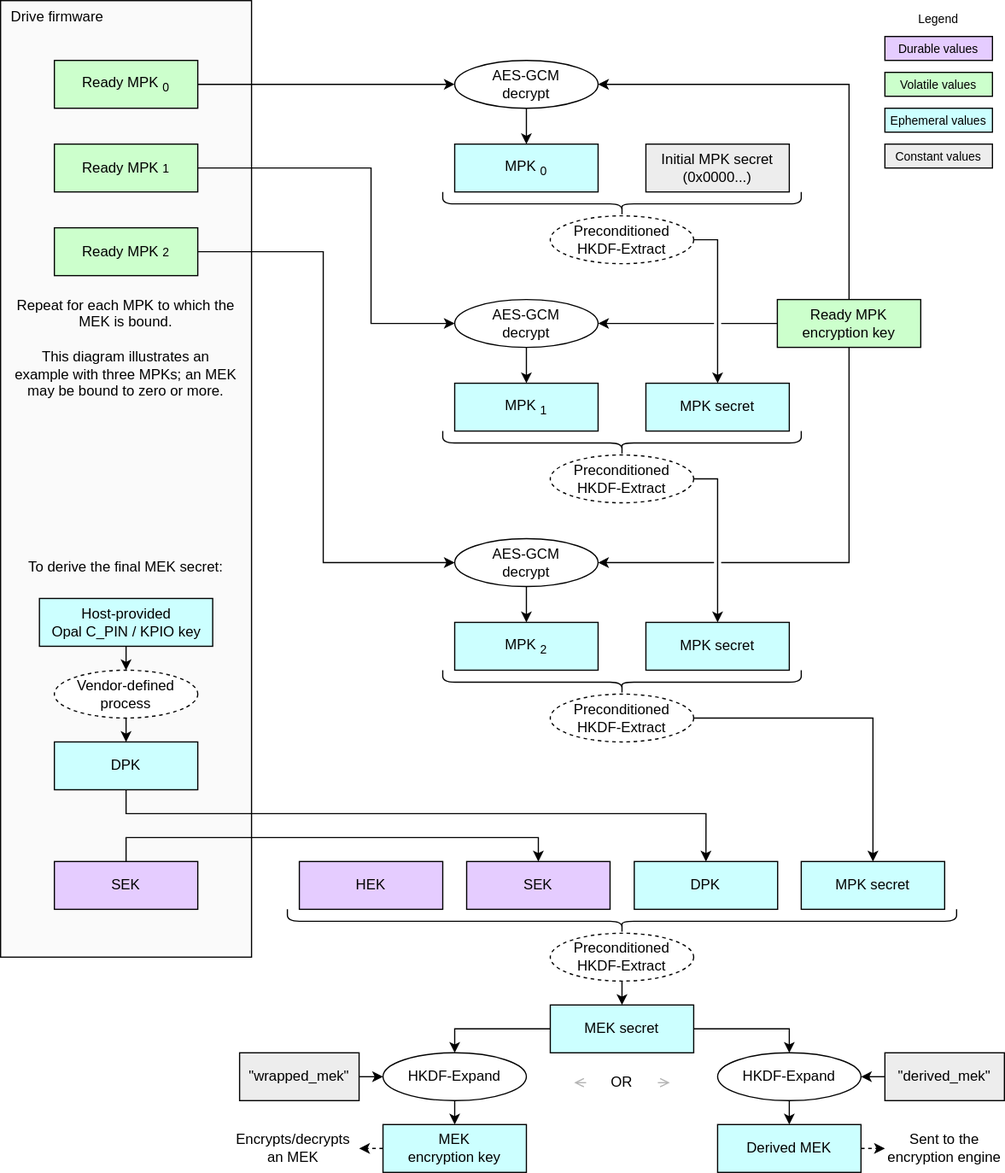
This is doc/ocp_lock/diagrams/mek_secret_derivation.drawio.svg from chipsalliance/Caliptra, a draw.io export, as it was before one commit. Source tidied: cells renumbered, new cells last; positions are measured from the earlier drawing's top-left corner, leaving out a move shared by most shapes.
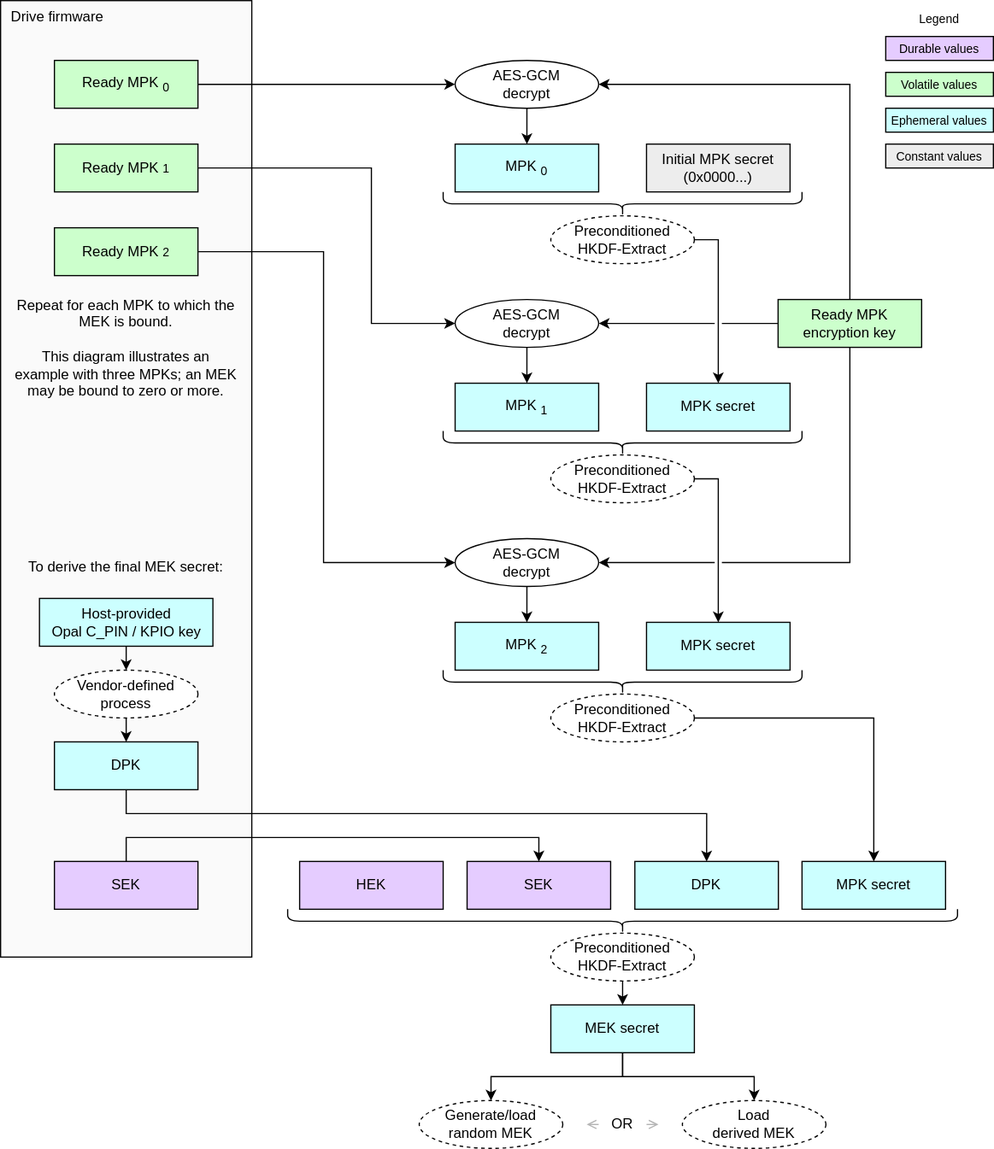
The same file after the commit.

The edit, as a diff of the source:
```diff
@@ -134,48 +134,24 @@
     <mxCell id="39" value="&lt;div&gt;&lt;span style=&quot;background-color: transparent;&quot;&gt;To derive the final MEK secret:&lt;/span&gt;&lt;/div&gt;" style="text;strokeColor=none;align=center;fillColor=none;html=1;verticalAlign=top;whiteSpace=wrap;rounded=0;" parent="1" vertex="1">
       <mxGeometry x="20" y="460" width="170" height="40" as="geometry" />
     </mxCell>
-    <mxCell id="40" value="HKDF-Expand" style="ellipse;whiteSpace=wrap;html=1;fillColor=#FFFFFF;" parent="1" vertex="1">
-      <mxGeometry x="600" y="880" width="120" height="40" as="geometry" />
+    <mxCell id="40" value="Load&lt;div&gt;derived MEK&lt;/div&gt;" style="ellipse;whiteSpace=wrap;html=1;fillColor=#FFFFFF;dashed=1;" parent="1" vertex="1">
+      <mxGeometry x="570" y="920" width="120" height="40" as="geometry" />
     </mxCell>
-    <mxCell id="41" style="edgeStyle=none;html=1;exitX=0.5;exitY=1;exitDx=0;exitDy=0;entryX=0.5;entryY=0;entryDx=0;entryDy=0;" parent="1" edge="1" source="49" target="45">
-      <mxGeometry relative="1" as="geometry" />
-    </mxCell>
     <mxCell id="42" value="&lt;div&gt;&lt;font color=&quot;#000000&quot;&gt;Constant values&lt;/font&gt;&lt;/div&gt;" style="rounded=0;whiteSpace=wrap;html=1;align=center;verticalAlign=middle;shadow=0;glass=0;spacingLeft=0;spacingBottom=0;spacingTop=0;fillColor=#EDEDED;fontSize=10;" parent="1" vertex="1">
       <mxGeometry x="740" y="120" width="90" height="20" as="geometry" />
     </mxCell>
-    <mxCell id="43" value="&lt;div&gt;&lt;font color=&quot;#000000&quot;&gt;&quot;derived_mek&quot;&lt;/font&gt;&lt;/div&gt;" style="rounded=0;whiteSpace=wrap;html=1;align=center;verticalAlign=middle;shadow=0;glass=0;spacingLeft=0;spacingBottom=0;spacingTop=0;fillColor=#EDEDED;" parent="1" vertex="1">
-      <mxGeometry x="740" y="880" width="100" height="40" as="geometry" />
-    </mxCell>
-    <mxCell id="44" style="edgeStyle=none;html=1;exitX=0;exitY=0.5;exitDx=0;exitDy=0;entryX=1;entryY=0.5;entryDx=0;entryDy=0;" parent="1" edge="1" source="43" target="40">
-      <mxGeometry relative="1" as="geometry" />
-    </mxCell>
-    <mxCell id="45" value="&lt;div&gt;&lt;font color=&quot;#000000&quot;&gt;MEK&lt;/font&gt;&lt;/div&gt;&lt;div&gt;&lt;font color=&quot;#000000&quot;&gt;encryption key&lt;/font&gt;&lt;/div&gt;" style="rounded=0;whiteSpace=wrap;html=1;align=center;verticalAlign=middle;shadow=0;glass=0;spacingLeft=0;spacingBottom=0;spacingTop=0;fillColor=#CCFFFF;" parent="1" vertex="1">
-      <mxGeometry x="320" y="940" width="120" height="40" as="geometry" />
-    </mxCell>
-    <mxCell id="46" style="edgeStyle=orthogonalEdgeStyle;endArrow=classic;html=1;rounded=0;endSize=6;startSize=6;exitX=0;exitY=0.5;exitDx=0;exitDy=0;entryX=0.5;entryY=0;entryDx=0;entryDy=0;" parent="1" edge="1" source="62" target="49">
+    <mxCell id="46" style="edgeStyle=orthogonalEdgeStyle;endArrow=classic;html=1;rounded=0;endSize=6;startSize=6;exitX=0.5;exitY=1;exitDx=0;exitDy=0;entryX=0.5;entryY=0;entryDx=0;entryDy=0;" parent="1" edge="1" source="62" target="49">
       <mxGeometry relative="1" as="geometry" />
     </mxCell>
-    <mxCell id="47" value="&lt;div&gt;&lt;font color=&quot;#000000&quot;&gt;Derived MEK&lt;/font&gt;&lt;/div&gt;" style="rounded=0;whiteSpace=wrap;html=1;align=center;verticalAlign=middle;shadow=0;glass=0;spacingLeft=0;spacingBottom=0;spacingTop=0;fillColor=#CCFFFF;" parent="1" vertex="1">
-      <mxGeometry x="600" y="940" width="120" height="40" as="geometry" />
-    </mxCell>
     <mxCell id="48" value="OR" style="text;strokeColor=none;align=center;fillColor=none;html=1;verticalAlign=middle;whiteSpace=wrap;rounded=0;" parent="1" vertex="1">
-      <mxGeometry x="490" y="890" width="60" height="30" as="geometry" />
+      <mxGeometry x="500" y="925" width="40" height="30" as="geometry" />
     </mxCell>
-    <mxCell id="49" value="HKDF-Expand" style="ellipse;whiteSpace=wrap;html=1;fillColor=#FFFFFF;" parent="1" vertex="1">
-      <mxGeometry x="320" y="880" width="120" height="40" as="geometry" />
+    <mxCell id="49" value="&lt;div&gt;Generate/load random MEK&lt;/div&gt;" style="ellipse;whiteSpace=wrap;html=1;fillColor=#FFFFFF;dashed=1;" parent="1" vertex="1">
+      <mxGeometry x="350" y="920" width="120" height="40" as="geometry" />
     </mxCell>
-    <mxCell id="50" style="edgeStyle=orthogonalEdgeStyle;endArrow=classic;html=1;rounded=0;endSize=6;startSize=6;exitX=1;exitY=0.5;exitDx=0;exitDy=0;entryX=0.5;entryY=0;entryDx=0;entryDy=0;" parent="1" edge="1" source="62" target="40">
+    <mxCell id="50" style="edgeStyle=orthogonalEdgeStyle;endArrow=classic;html=1;rounded=0;endSize=6;startSize=6;entryX=0.5;entryY=0;entryDx=0;entryDy=0;exitX=0.5;exitY=1;exitDx=0;exitDy=0;" parent="1" edge="1" source="62" target="40">
       <mxGeometry relative="1" as="geometry" />
     </mxCell>
-    <mxCell id="51" style="edgeStyle=none;html=1;exitX=0.5;exitY=1;exitDx=0;exitDy=0;entryX=0.5;entryY=0;entryDx=0;entryDy=0;" parent="1" edge="1" source="40" target="47">
-      <mxGeometry relative="1" as="geometry" />
-    </mxCell>
-    <mxCell id="52" value="&lt;div&gt;&lt;font color=&quot;#000000&quot;&gt;&quot;wrapped_mek&quot;&lt;/font&gt;&lt;/div&gt;" style="rounded=0;whiteSpace=wrap;html=1;align=center;verticalAlign=middle;shadow=0;glass=0;spacingLeft=0;spacingBottom=0;spacingTop=0;fillColor=#EDEDED;" parent="1" vertex="1">
-      <mxGeometry x="200" y="880" width="100" height="40" as="geometry" />
-    </mxCell>
-    <mxCell id="53" style="edgeStyle=none;html=1;exitX=1;exitY=0.5;exitDx=0;exitDy=0;entryX=0;entryY=0.5;entryDx=0;entryDy=0;" parent="1" edge="1" source="52" target="49">
-      <mxGeometry relative="1" as="geometry" />
-    </mxCell>
     <mxCell id="54" style="edgeStyle=elbowEdgeStyle;endArrow=classic;html=1;rounded=0;endSize=6;startSize=6;entryX=0.5;entryY=0;entryDx=0;entryDy=0;exitX=1;exitY=0.5;exitDx=0;exitDy=0;elbow=vertical;jumpStyle=none;" parent="1" edge="1" source="16" target="17">
       <mxGeometry relative="1" as="geometry">
         <Array as="points">
@@ -250,26 +226,14 @@
     <mxCell id="69" value="Repeat for each MPK to which the MEK is bound.&lt;div&gt;&lt;br&gt;&lt;/div&gt;&lt;div&gt;This diagram illustrates an example with three MPKs; an MEK may be bound to zero or more.&lt;/div&gt;" style="text;strokeColor=none;align=center;fillColor=none;html=1;verticalAlign=top;whiteSpace=wrap;rounded=0;" parent="1" vertex="1">
       <mxGeometry x="10" y="241" width="190" height="109" as="geometry" />
     </mxCell>
-    <mxCell id="70" value="Sent to the&lt;div&gt;encryption engine&lt;/div&gt;" style="text;strokeColor=none;align=center;fillColor=none;html=1;verticalAlign=middle;whiteSpace=wrap;rounded=0;" parent="1" vertex="1">
-      <mxGeometry x="740" y="945" width="100" height="30" as="geometry" />
-    </mxCell>
-    <mxCell id="71" style="edgeStyle=none;html=1;exitX=1;exitY=0.5;exitDx=0;exitDy=0;entryX=0;entryY=0.5;entryDx=0;entryDy=0;dashed=1;" parent="1" edge="1" source="47" target="70">
-      <mxGeometry relative="1" as="geometry" />
-    </mxCell>
-    <mxCell id="72" value="Encrypts/decrypts an MEK" style="text;strokeColor=none;align=center;fillColor=none;html=1;verticalAlign=middle;whiteSpace=wrap;rounded=0;" parent="1" vertex="1">
-      <mxGeometry x="190" y="945" width="110" height="30" as="geometry" />
-    </mxCell>
-    <mxCell id="73" style="edgeStyle=none;html=1;exitX=0;exitY=0.5;exitDx=0;exitDy=0;entryX=1;entryY=0.5;entryDx=0;entryDy=0;dashed=1;" parent="1" edge="1" source="45" target="72">
-      <mxGeometry relative="1" as="geometry" />
-    </mxCell>
-    <mxCell id="74" style="edgeStyle=orthogonalEdgeStyle;endArrow=open;html=1;rounded=0;endSize=6;startSize=6;exitX=1;exitY=0.5;exitDx=0;exitDy=0;strokeColor=#B3B3B3;endFill=0;" parent="1" edge="1" source="48">
+    <mxCell id="74" style="endArrow=open;html=1;rounded=0;endSize=6;startSize=6;exitX=1;exitY=0.5;exitDx=0;exitDy=0;strokeColor=#B3B3B3;endFill=0;" parent="1" edge="1" source="48">
       <mxGeometry relative="1" as="geometry">
-        <mxPoint x="560" y="905.7" as="targetPoint" />
+        <mxPoint x="550" y="940" as="targetPoint" />
       </mxGeometry>
     </mxCell>
-    <mxCell id="75" style="edgeStyle=orthogonalEdgeStyle;endArrow=open;html=1;rounded=0;endSize=6;startSize=6;exitX=0;exitY=0.5;exitDx=0;exitDy=0;strokeColor=#B3B3B3;endFill=0;" parent="1" edge="1" source="48">
+    <mxCell id="75" style="endArrow=open;html=1;rounded=0;endSize=6;startSize=6;exitX=0;exitY=0.5;exitDx=0;exitDy=0;strokeColor=#B3B3B3;endFill=0;" parent="1" edge="1" source="48">
       <mxGeometry relative="1" as="geometry">
-        <mxPoint x="480" y="905.7" as="targetPoint" />
+        <mxPoint x="490" y="940" as="targetPoint" />
       </mxGeometry>
     </mxCell>
   </root>
```
